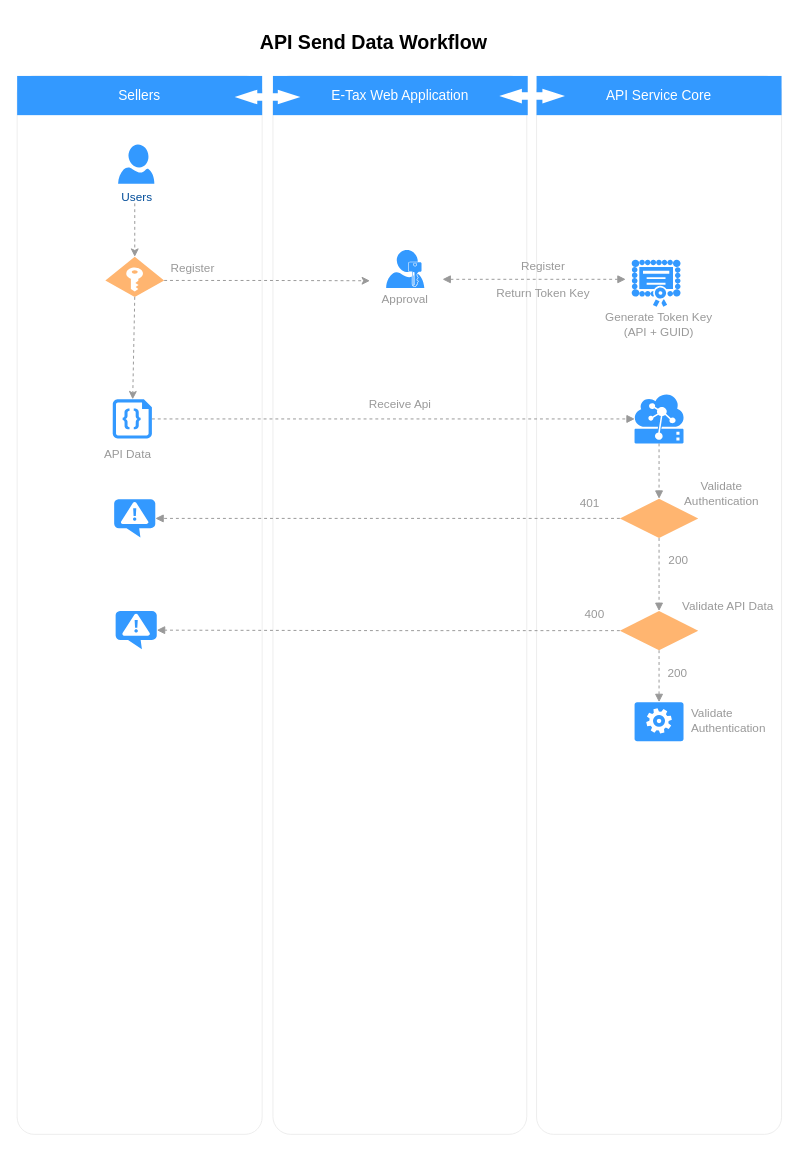
Above: API Send Workflow.drawio in nirawat/eTax (draw.io), before the change. Source tidied: cells renumbered, new cells numbered last; positions are measured from the earlier drawing's top-left corner, leaving out a move shared by most shapes. Both pictures are drawn from the tidied source at 98%, with x=0, y=0 at pixel (17, 17).
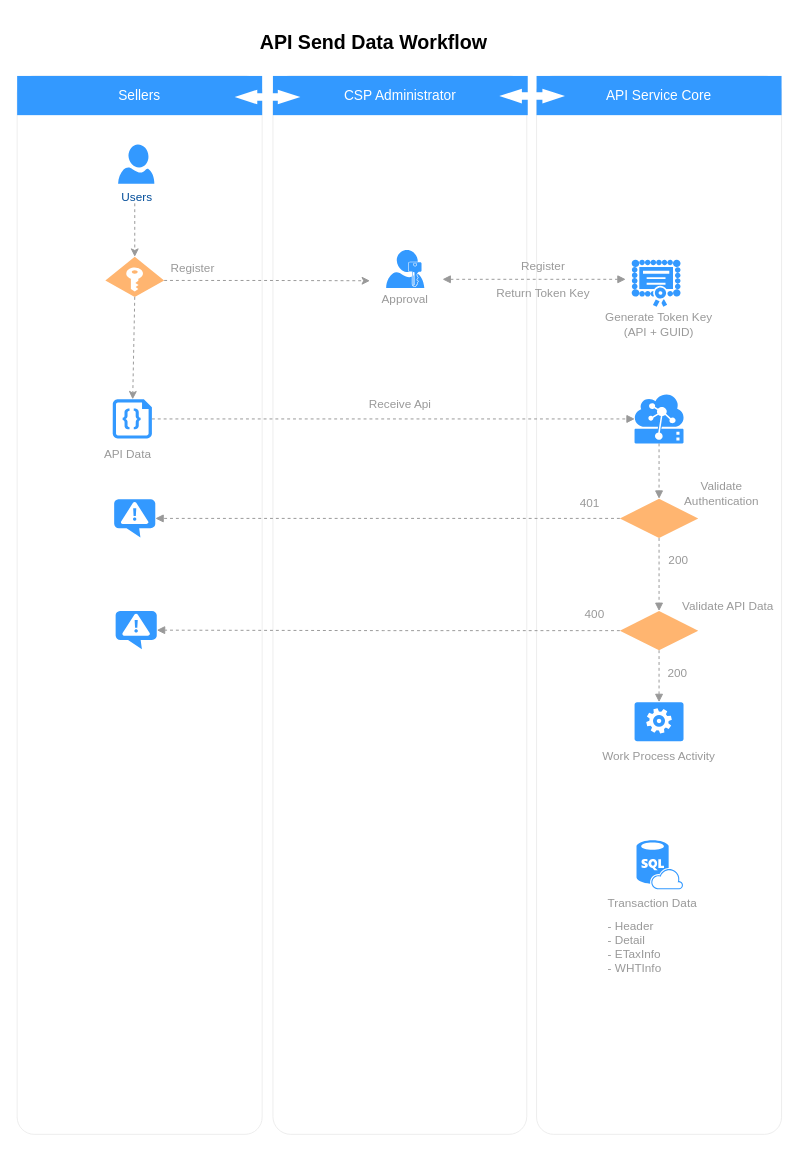
The same page after the edit.

The edit, as a diff of the source:
```diff
@@
-    <mxCell id="6" value="E-Tax Web Application" style="whiteSpace=wrap;html=1;dashed=1;strokeColor=none;strokeWidth=2;fillColor=#3399FF;fontFamily=Helvetica;fontSize=14;fontColor=#FFFFFF;fontStyle=0;" parent="1" vertex="1">
+    <mxCell id="6" value="CSP Administrator" style="whiteSpace=wrap;html=1;dashed=1;strokeColor=none;strokeWidth=2;fillColor=#3399FF;fontFamily=Helvetica;fontSize=14;fontColor=#FFFFFF;fontStyle=0;" parent="1" vertex="1">
       <mxGeometry x="261" y="60" width="260" height="40" as="geometry" />
     </mxCell>
@@
-    <mxCell id="38" style="verticalLabelPosition=bottom;html=1;verticalAlign=top;align=center;strokeColor=none;fillColor=#3399FF;shape=mxgraph.azure.worker_role;fontSize=12;fontColor=#999999;" parent="1" vertex="1">
-      <mxGeometry x="630" y="699" width="50" height="40" as="geometry" />
-    </mxCell>
@@
-    <mxCell id="41" value="Validate Authentication" style="text;html=1;strokeColor=none;fillColor=none;align=left;verticalAlign=middle;whiteSpace=wrap;rounded=0;fontSize=12;fontColor=#999999;" parent="1" vertex="1">
-      <mxGeometry x="686" y="703" width="97" height="29" as="geometry" />
-    </mxCell>
@@
+    <mxCell id="49" style="group;" parent="1" vertex="1">
+      <mxGeometry x="540" y="699" width="230" height="70" as="geometry" />
+    </mxCell>
+    <mxCell id="38" style="verticalLabelPosition=bottom;html=1;verticalAlign=top;align=center;strokeColor=none;fillColor=#3399FF;shape=mxgraph.azure.worker_role;fontSize=12;fontColor=#999999;" parent="49" vertex="1">
+      <mxGeometry x="90" width="50" height="40" as="geometry" />
+    </mxCell>
+    <mxCell id="41" value="Work Process Activity" style="text;html=1;strokeColor=none;fillColor=none;align=center;verticalAlign=middle;whiteSpace=wrap;rounded=0;fontSize=12;fontColor=#999999;" parent="49" vertex="1">
+      <mxGeometry y="41" width="230" height="29" as="geometry" />
+    </mxCell>
+    <mxCell id="50" style="group;" parent="1" vertex="1">
+      <mxGeometry x="601" y="840" width="108" height="139" as="geometry" />
+    </mxCell>
+    <mxCell id="51" style="group;" parent="50" vertex="1">
+      <mxGeometry width="108" height="79" as="geometry" />
+    </mxCell>
+    <mxCell id="52" value="Transaction Data" style="text;html=1;strokeColor=none;fillColor=none;align=left;verticalAlign=middle;whiteSpace=wrap;rounded=0;fontSize=12;fontColor=#999999;" parent="51" vertex="1">
+      <mxGeometry y="50" width="108" height="29" as="geometry" />
+    </mxCell>
+    <mxCell id="53" style="verticalLabelPosition=bottom;html=1;verticalAlign=top;align=center;strokeColor=none;fillColor=#3399FF;shape=mxgraph.azure.sql_database_sql_azure;fontSize=12;fontColor=#999999;" parent="51" vertex="1">
+      <mxGeometry x="31" width="47.5" height="50" as="geometry" />
+    </mxCell>
+    <mxCell id="54" value="- Header&lt;br&gt;- Detail&lt;br&gt;- ETaxInfo&lt;br&gt;- WHTInfo&lt;br&gt;" style="text;html=1;strokeColor=none;fillColor=none;align=left;verticalAlign=middle;whiteSpace=wrap;rounded=0;fontSize=12;fontColor=#999999;" parent="50" vertex="1">
+      <mxGeometry y="79" width="103" height="60" as="geometry" />
+    </mxCell>
```
